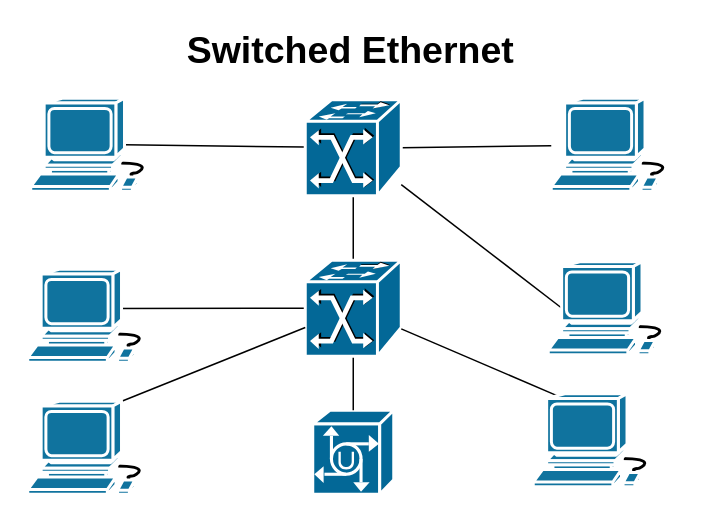
saroesler/Pictures keeps this draw.io diagram as SwitchedEthernet.drawio. Above is the earlier version. Source tidied: cells renumbered, new cells numbered last; positions are measured from the earlier drawing's top-left corner, leaving out a move shared by most shapes. Both pictures are drawn from the tidied source at 150%, with x=0, y=0 at pixel (27, 33).
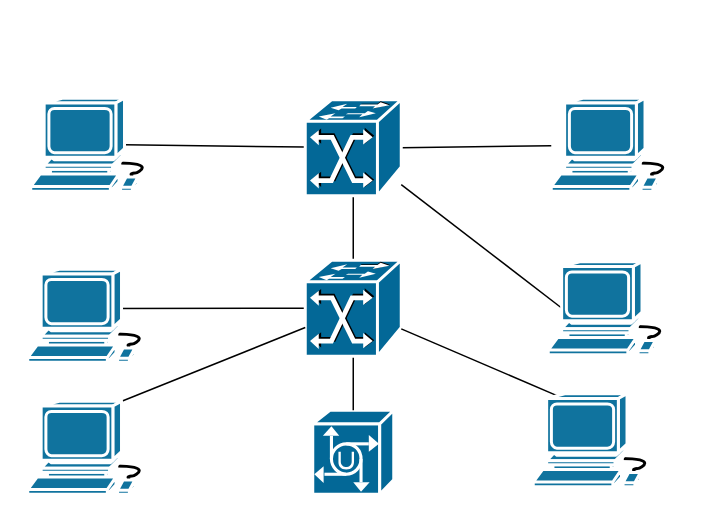
After the change.

Commit message:
exclude label

Change to the diagram source:
```diff
@@
 <mxGraphModel background="#ffffff">
   <root>
     <mxCell id="0" />
     <mxCell id="1" parent="0" />
     <mxCell id="2" style="edgeStyle=none;rounded=0;jettySize=auto;html=1;exitX=0.755;exitY=0.5;exitDx=0;exitDy=0;exitPerimeter=0;fontSize=25;endArrow=none;endFill=0;" parent="1" edge="1" source="3" target="7">
       <mxGeometry relative="1" as="geometry" />
     </mxCell>
     <mxCell id="3" style="shape=mxgraph.cisco.computers_and_peripherals.workstation;html=1;dashed=0;fillColor=#10739E;strokeColor=#ffffff;strokeWidth=2;verticalLabelPosition=bottom;verticalAlign=top;fontFamily=Helvetica;fontSize=36;fontColor=#FFB366;" parent="1" vertex="1">
       <mxGeometry x="2" y="43" width="83" height="62" as="geometry" />
     </mxCell>
-    <mxCell id="4" value="Switched Ethernet" style="rounded=1;whiteSpace=wrap;html=1;strokeColor=none;fillColor=none;fontSize=25;fontColor=#000000;align=center;fontStyle=1;" parent="1" vertex="1">
-      <mxGeometry x="102.5" width="225" height="19" as="geometry" />
-    </mxCell>
     <mxCell id="5" style="edgeStyle=none;rounded=0;jettySize=auto;html=1;exitX=1;exitY=0.5;exitDx=0;exitDy=0;exitPerimeter=0;endArrow=none;endFill=0;fontSize=25;" parent="1" edge="1" source="7" target="13">
       <mxGeometry relative="1" as="geometry" />
     </mxCell>
     <mxCell id="6" style="edgeStyle=none;rounded=0;jettySize=auto;html=1;exitX=0.5;exitY=1;exitDx=0;exitDy=0;exitPerimeter=0;endArrow=none;endFill=0;fontSize=25;" parent="1" edge="1" source="7" target="12">
       <mxGeometry relative="1" as="geometry" />
     </mxCell>
     <mxCell id="7" style="shape=mxgraph.cisco.switches.atm_fast_gigabit_etherswitch;html=1;dashed=0;fillColor=#036897;strokeColor=#ffffff;strokeWidth=2;verticalLabelPosition=bottom;verticalAlign=top;align=center;outlineConnect=0;fontSize=25;" parent="1" vertex="1">
       <mxGeometry x="185" y="44" width="64" height="64" as="geometry" />
     </mxCell>
     <mxCell id="8" style="shape=mxgraph.cisco.hubs_and_gateways.universal_gateway;html=1;dashed=0;fillColor=#036897;strokeColor=#ffffff;strokeWidth=2;verticalLabelPosition=bottom;verticalAlign=top;align=center;outlineConnect=0;fontSize=25;" parent="1" vertex="1">
       <mxGeometry x="190" y="251" width="54" height="56" as="geometry" />
     </mxCell>
     <mxCell id="9" style="edgeStyle=none;rounded=0;jettySize=auto;html=1;exitX=0;exitY=0.5;exitDx=0;exitDy=0;exitPerimeter=0;entryX=0.673;entryY=0.422;entryDx=0;entryDy=0;entryPerimeter=0;endArrow=none;endFill=0;fontSize=25;" parent="1" edge="1" source="12" target="14">
       <mxGeometry relative="1" as="geometry" />
     </mxCell>
     <mxCell id="10" style="edgeStyle=none;rounded=0;jettySize=auto;html=1;entryX=0.11;entryY=0.5;entryDx=0;entryDy=0;entryPerimeter=0;endArrow=none;endFill=0;fontSize=25;" parent="1" edge="1" source="7" target="15">
       <mxGeometry relative="1" as="geometry" />
     </mxCell>
     <mxCell id="11" style="edgeStyle=none;rounded=0;jettySize=auto;html=1;exitX=0.5;exitY=1;exitDx=0;exitDy=0;exitPerimeter=0;entryX=0.5;entryY=0;entryDx=0;entryDy=0;entryPerimeter=0;endArrow=none;endFill=0;fontSize=25;" parent="1" edge="1" source="12" target="8">
       <mxGeometry relative="1" as="geometry" />
     </mxCell>
     <mxCell id="12" style="shape=mxgraph.cisco.switches.atm_fast_gigabit_etherswitch;html=1;dashed=0;fillColor=#036897;strokeColor=#ffffff;strokeWidth=2;verticalLabelPosition=bottom;verticalAlign=top;align=center;outlineConnect=0;fontSize=25;" parent="1" vertex="1">
       <mxGeometry x="185" y="151" width="64" height="64" as="geometry" />
     </mxCell>
     <mxCell id="13" style="shape=mxgraph.cisco.computers_and_peripherals.workstation;html=1;dashed=0;fillColor=#10739E;strokeColor=#ffffff;strokeWidth=2;verticalLabelPosition=bottom;verticalAlign=top;fontFamily=Helvetica;fontSize=36;fontColor=#FFB366;" parent="1" vertex="1">
       <mxGeometry x="349" y="43" width="83" height="62" as="geometry" />
     </mxCell>
     <mxCell id="14" style="shape=mxgraph.cisco.computers_and_peripherals.workstation;html=1;dashed=0;fillColor=#10739E;strokeColor=#ffffff;strokeWidth=2;verticalLabelPosition=bottom;verticalAlign=top;fontFamily=Helvetica;fontSize=36;fontColor=#FFB366;" parent="1" vertex="1">
       <mxGeometry y="157" width="83" height="62" as="geometry" />
     </mxCell>
     <mxCell id="15" style="shape=mxgraph.cisco.computers_and_peripherals.workstation;html=1;dashed=0;fillColor=#10739E;strokeColor=#ffffff;strokeWidth=2;verticalLabelPosition=bottom;verticalAlign=top;fontFamily=Helvetica;fontSize=36;fontColor=#FFB366;" parent="1" vertex="1">
       <mxGeometry x="347" y="152" width="83" height="62" as="geometry" />
     </mxCell>
     <mxCell id="16" style="edgeStyle=none;rounded=0;jettySize=auto;html=1;exitX=0.755;exitY=0;exitDx=0;exitDy=0;exitPerimeter=0;endArrow=none;endFill=0;fontSize=25;" parent="1" edge="1" source="17" target="12">
       <mxGeometry relative="1" as="geometry" />
     </mxCell>
     <mxCell id="17" style="shape=mxgraph.cisco.computers_and_peripherals.workstation;html=1;dashed=0;fillColor=#10739E;strokeColor=#ffffff;strokeWidth=2;verticalLabelPosition=bottom;verticalAlign=top;fontFamily=Helvetica;fontSize=36;fontColor=#FFB366;" parent="1" vertex="1">
       <mxGeometry y="245" width="83" height="62" as="geometry" />
     </mxCell>
     <mxCell id="18" style="edgeStyle=none;rounded=0;jettySize=auto;html=1;exitX=0.19;exitY=0.02;exitDx=0;exitDy=0;exitPerimeter=0;endArrow=none;endFill=0;fontSize=25;" parent="1" edge="1" source="19" target="12">
       <mxGeometry relative="1" as="geometry" />
     </mxCell>
     <mxCell id="19" style="shape=mxgraph.cisco.computers_and_peripherals.workstation;html=1;dashed=0;fillColor=#10739E;strokeColor=#ffffff;strokeWidth=2;verticalLabelPosition=bottom;verticalAlign=top;fontFamily=Helvetica;fontSize=36;fontColor=#FFB366;" parent="1" vertex="1">
       <mxGeometry x="337" y="240" width="83" height="62" as="geometry" />
     </mxCell>
   </root>
 </mxGraphModel>
```
